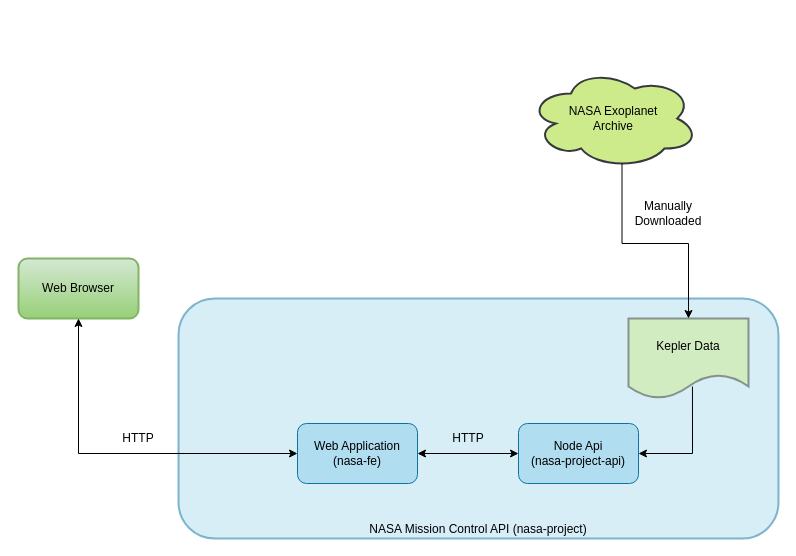
The draw.io diagram diagram.drawio in topasi/nasa-project, before the edit. Source tidied: cells renumbered, new cells numbered last; positions are measured from the earlier drawing's top-left corner, leaving out a move shared by most shapes. Both pictures are drawn from the tidied source at 100%, with x=0, y=0 at pixel (18, 68).
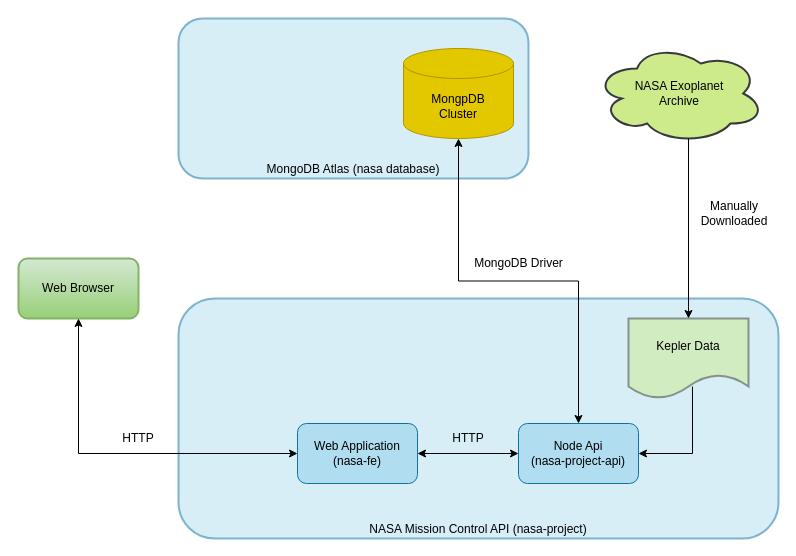
Above is the later version.

What changed in the source:
```diff
@@
 <mxGraphModel background="#FFFFFF">
   <root>
     <mxCell id="0" />
     <mxCell id="1" parent="0" />
     <mxCell id="2" value="NASA Mission Control API (nasa-project)" style="rounded=1;whiteSpace=wrap;html=1;fillColor=#b1ddf0;strokeColor=#10739e;align=center;verticalAlign=bottom;opacity=50;strokeWidth=2;" parent="1" vertex="1">
       <mxGeometry x="160" y="230" width="600" height="240" as="geometry" />
     </mxCell>
     <mxCell id="3" value="&lt;font color=&quot;#000000&quot;&gt;Web Application&lt;br&gt;(nasa-fe)&lt;/font&gt;" style="rounded=1;whiteSpace=wrap;html=1;fillColor=#b1ddf0;strokeColor=#10739e;" parent="1" vertex="1">
       <mxGeometry x="279" y="355" width="120" height="60" as="geometry" />
     </mxCell>
     <mxCell id="4" value="&lt;font color=&quot;#000000&quot;&gt;Node Api&lt;br&gt;(nasa-project-api)&lt;/font&gt;" style="rounded=1;whiteSpace=wrap;html=1;fillColor=#b1ddf0;strokeColor=#10739e;" parent="1" vertex="1">
       <mxGeometry x="500" y="355" width="120" height="60" as="geometry" />
     </mxCell>
     <mxCell id="5" style="endArrow=classic;startArrow=classic;html=1;rounded=0;exitX=1;exitY=0.5;exitDx=0;exitDy=0;entryX=0;entryY=0.5;entryDx=0;entryDy=0;strokeColor=#000000;" parent="1" edge="1" source="3" target="4">
       <mxGeometry relative="1" as="geometry" />
     </mxCell>
     <mxCell id="6" value="&lt;font color=&quot;#000000&quot;&gt;Web Browser&lt;/font&gt;" style="rounded=1;whiteSpace=wrap;html=1;strokeWidth=2;fillColor=#d5e8d4;strokeColor=#82b366;gradientColor=#97d077;" parent="1" vertex="1">
       <mxGeometry y="190" width="120" height="60" as="geometry" />
     </mxCell>
     <mxCell id="7" style="endArrow=classic;startArrow=classic;html=1;rounded=0;entryX=0.5;entryY=1;entryDx=0;entryDy=0;exitX=0;exitY=0.5;exitDx=0;exitDy=0;edgeStyle=orthogonalEdgeStyle;strokeColor=#000000;" parent="1" edge="1" source="3" target="6">
       <mxGeometry relative="1" as="geometry" />
     </mxCell>
     <mxCell id="8" value="&lt;font color=&quot;#000000&quot;&gt;HTTP&lt;/font&gt;" style="text;html=1;strokeColor=none;fillColor=none;align=center;verticalAlign=middle;whiteSpace=wrap;rounded=0;opacity=50;" parent="1" vertex="1">
       <mxGeometry x="90" y="355" width="60" height="30" as="geometry" />
     </mxCell>
     <mxCell id="9" value="&lt;font color=&quot;#000000&quot;&gt;HTTP&lt;/font&gt;" style="text;html=1;strokeColor=none;fillColor=none;align=center;verticalAlign=middle;whiteSpace=wrap;rounded=0;opacity=50;" parent="1" vertex="1">
       <mxGeometry x="420" y="355" width="60" height="30" as="geometry" />
     </mxCell>
     <mxCell id="10" value="&lt;font color=&quot;#000000&quot;&gt;NASA Exoplanet&lt;br&gt;Archive&lt;/font&gt;" style="ellipse;shape=cloud;whiteSpace=wrap;html=1;rounded=1;strokeWidth=2;fillColor=#cdeb8b;strokeColor=#36393d;" parent="1" vertex="1">
-      <mxGeometry x="510" width="170" height="100" as="geometry" />
+      <mxGeometry x="576" y="-25" width="170" height="100" as="geometry" />
     </mxCell>
     <mxCell id="11" value="&lt;font color=&quot;#000000&quot;&gt;Kepler Data&lt;/font&gt;" style="shape=document;whiteSpace=wrap;html=1;boundedLbl=1;rounded=1;strokeWidth=2;opacity=50;fillColor=#cdeb8b;strokeColor=#36393d;" parent="1" vertex="1">
       <mxGeometry x="610" y="250" width="120" height="80" as="geometry" />
     </mxCell>
-    <mxCell id="12" style="endArrow=classic;html=1;rounded=0;entryX=0.5;entryY=0;entryDx=0;entryDy=0;exitX=0.55;exitY=0.95;exitDx=0;exitDy=0;exitPerimeter=0;edgeStyle=orthogonalEdgeStyle;strokeColor=#000000;" parent="1" edge="1" source="10" target="11">
-      <mxGeometry relative="1" as="geometry" />
+    <mxCell id="12" style="endArrow=classic;html=1;rounded=0;entryX=0.5;entryY=0;entryDx=0;entryDy=0;strokeColor=#000000;" parent="1" edge="1" target="11">
+      <mxGeometry relative="1" as="geometry">
+        <mxPoint x="670" y="70" as="sourcePoint" />
+      </mxGeometry>
     </mxCell>
     <mxCell id="13" style="endArrow=classic;html=1;rounded=0;exitX=0.533;exitY=0.85;exitDx=0;exitDy=0;exitPerimeter=0;entryX=1;entryY=0.5;entryDx=0;entryDy=0;edgeStyle=orthogonalEdgeStyle;strokeColor=#000000;" parent="1" edge="1" source="11" target="4">
       <mxGeometry relative="1" as="geometry" />
     </mxCell>
     <mxCell id="14" value="&lt;font color=&quot;#000000&quot;&gt;Manually Downloaded&lt;/font&gt;" style="text;html=1;strokeColor=none;fillColor=none;align=center;verticalAlign=middle;whiteSpace=wrap;rounded=0;opacity=50;" parent="1" vertex="1">
-      <mxGeometry x="620" y="130" width="60" height="30" as="geometry" />
+      <mxGeometry x="686" y="130" width="60" height="30" as="geometry" />
     </mxCell>
+    <mxCell id="15" value="&lt;font color=&quot;#000000&quot;&gt;MongoDB Atlas (nasa database)&lt;/font&gt;" style="rounded=1;whiteSpace=wrap;html=1;fillColor=#b1ddf0;strokeColor=#10739e;align=center;verticalAlign=bottom;opacity=50;strokeWidth=2;" parent="1" vertex="1">
+      <mxGeometry x="160" y="-50" width="350" height="160" as="geometry" />
+    </mxCell>
+    <mxCell id="16" value="MongpDB&lt;br&gt;Cluster" style="shape=cylinder3;whiteSpace=wrap;html=1;boundedLbl=1;backgroundOutline=1;size=15;fillColor=#e3c800;fontColor=#000000;strokeColor=#B09500;" parent="1" vertex="1">
+      <mxGeometry x="385" y="-20" width="110" height="90" as="geometry" />
+    </mxCell>
+    <mxCell id="17" style="endArrow=classic;startArrow=classic;html=1;fontColor=#000000;exitX=0.5;exitY=0;exitDx=0;exitDy=0;entryX=0.5;entryY=1;entryDx=0;entryDy=0;entryPerimeter=0;edgeStyle=orthogonalEdgeStyle;fillColor=#000000;strokeColor=#000000;rounded=0;" parent="1" edge="1" source="4" target="16">
+      <mxGeometry relative="1" as="geometry" />
+    </mxCell>
+    <mxCell id="18" value="&lt;font color=&quot;#000000&quot;&gt;MongoDB Driver&lt;/font&gt;" style="text;html=1;strokeColor=none;fillColor=none;align=center;verticalAlign=middle;whiteSpace=wrap;rounded=0;opacity=50;" parent="1" vertex="1">
+      <mxGeometry x="440" y="180" width="121" height="30" as="geometry" />
+    </mxCell>
   </root>
 </mxGraphModel>
```
